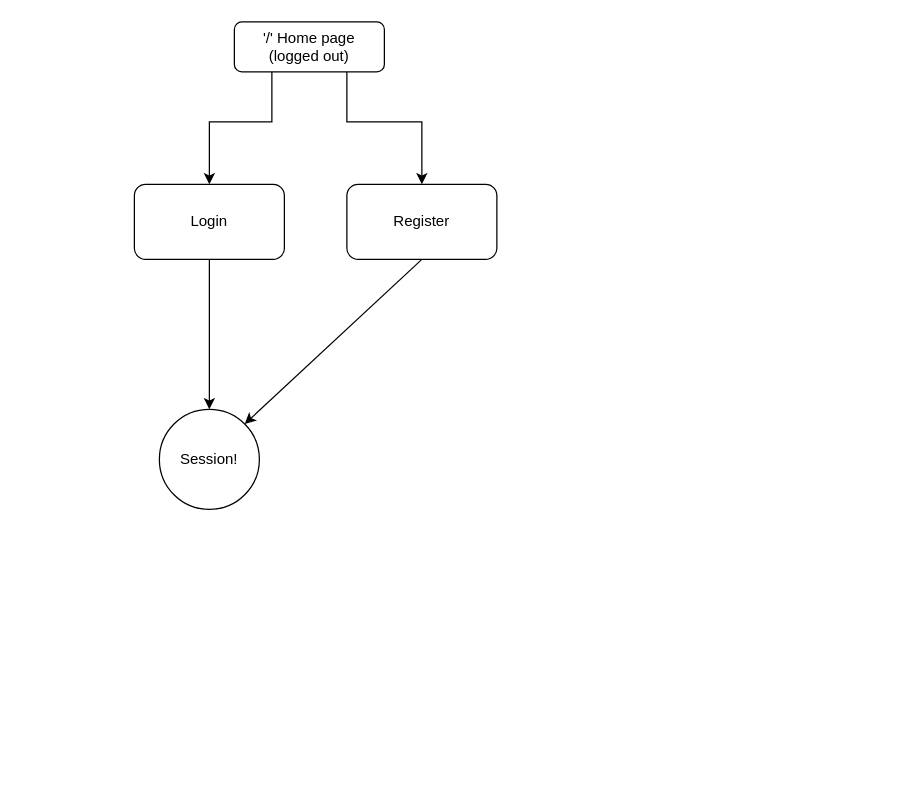
The draw.io diagram Diagram zonder titel.drawio in Soymilk71/strippenkaart, before the edit. Source tidied: cells renumbered, new cells numbered last; positions are measured from the earlier drawing's top-left corner, leaving out a move shared by most shapes. Both pictures are drawn from the tidied source at 125%, with x=0, y=0 at pixel (134, 21).
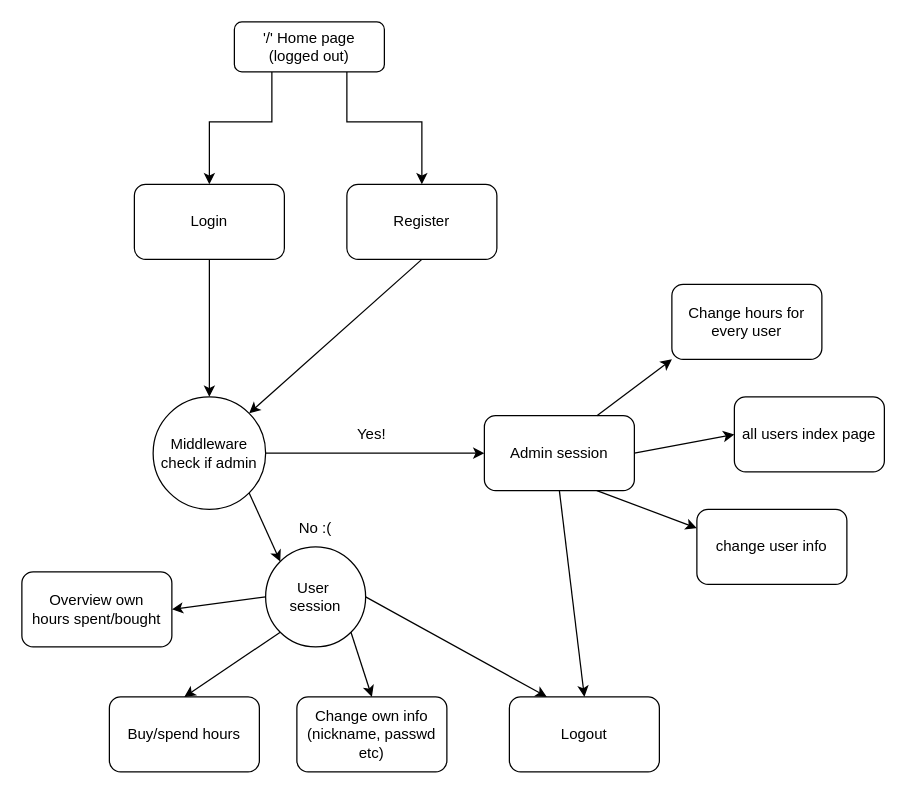
After the change.

Commit message:
user chart

Diff of the diagram source:
```diff
@@
-    <mxCell id="7" value="Session!" style="ellipse;whiteSpace=wrap;html=1;" parent="1" vertex="1">
-      <mxGeometry x="20" y="310" width="80" height="80" as="geometry" />
+    <mxCell id="7" value="Middleware&lt;br&gt;check if admin" style="ellipse;whiteSpace=wrap;html=1;" parent="1" vertex="1">
+      <mxGeometry x="15" y="300" width="90" height="90" as="geometry" />
     </mxCell>
@@
+    <mxCell id="10" style="endArrow=classic;html=1;rounded=0;exitX=1;exitY=0.5;exitDx=0;exitDy=0;entryX=0;entryY=0.5;entryDx=0;entryDy=0;" parent="1" edge="1" source="7" target="11">
+      <mxGeometry relative="1" as="geometry" />
+    </mxCell>
+    <mxCell id="11" value="Admin session" style="rounded=1;whiteSpace=wrap;html=1;" parent="1" vertex="1">
+      <mxGeometry x="280" y="315" width="120" height="60" as="geometry" />
+    </mxCell>
+    <mxCell id="12" value="Overview own&lt;br&gt;hours spent/bought" style="rounded=1;whiteSpace=wrap;html=1;" parent="1" vertex="1">
+      <mxGeometry x="-90" y="440" width="120" height="60" as="geometry" />
+    </mxCell>
+    <mxCell id="13" value="Buy/spend hours" style="rounded=1;whiteSpace=wrap;html=1;" parent="1" vertex="1">
+      <mxGeometry x="-20" y="540" width="120" height="60" as="geometry" />
+    </mxCell>
+    <mxCell id="14" value="User&amp;nbsp;&lt;br&gt;session" style="ellipse;whiteSpace=wrap;html=1;" parent="1" vertex="1">
+      <mxGeometry x="105" y="420" width="80" height="80" as="geometry" />
+    </mxCell>
+    <mxCell id="15" value="Change own info&lt;br&gt;(nickname, passwd etc)" style="rounded=1;whiteSpace=wrap;html=1;" parent="1" vertex="1">
+      <mxGeometry x="130" y="540" width="120" height="60" as="geometry" />
+    </mxCell>
+    <mxCell id="16" value="Logout" style="rounded=1;whiteSpace=wrap;html=1;" parent="1" vertex="1">
+      <mxGeometry x="300" y="540" width="120" height="60" as="geometry" />
+    </mxCell>
+    <mxCell id="17" style="endArrow=classic;html=1;rounded=0;exitX=1;exitY=1;exitDx=0;exitDy=0;entryX=0;entryY=0;entryDx=0;entryDy=0;" parent="1" edge="1" source="7" target="14">
+      <mxGeometry relative="1" as="geometry" />
+    </mxCell>
+    <mxCell id="18" value="Yes!" style="text;html=1;align=center;verticalAlign=middle;whiteSpace=wrap;rounded=0;" parent="1" vertex="1">
+      <mxGeometry x="160" y="315" width="60" height="30" as="geometry" />
+    </mxCell>
+    <mxCell id="19" value="No :(" style="text;html=1;align=center;verticalAlign=middle;whiteSpace=wrap;rounded=0;" parent="1" vertex="1">
+      <mxGeometry x="115" y="390" width="60" height="30" as="geometry" />
+    </mxCell>
+    <mxCell id="20" style="endArrow=classic;html=1;rounded=0;exitX=0;exitY=0.5;exitDx=0;exitDy=0;entryX=1;entryY=0.5;entryDx=0;entryDy=0;" parent="1" edge="1" source="14" target="12">
+      <mxGeometry relative="1" as="geometry" />
+    </mxCell>
+    <mxCell id="21" style="endArrow=classic;html=1;rounded=0;exitX=0;exitY=1;exitDx=0;exitDy=0;entryX=0.5;entryY=0;entryDx=0;entryDy=0;" parent="1" edge="1" source="14" target="13">
+      <mxGeometry relative="1" as="geometry" />
+    </mxCell>
+    <mxCell id="22" style="endArrow=classic;html=1;rounded=0;exitX=1;exitY=1;exitDx=0;exitDy=0;entryX=0.5;entryY=0;entryDx=0;entryDy=0;" parent="1" edge="1" source="14" target="15">
+      <mxGeometry relative="1" as="geometry" />
+    </mxCell>
+    <mxCell id="23" style="endArrow=classic;html=1;rounded=0;exitX=1;exitY=0.5;exitDx=0;exitDy=0;entryX=0.25;entryY=0;entryDx=0;entryDy=0;" parent="1" edge="1" source="14" target="16">
+      <mxGeometry relative="1" as="geometry" />
+    </mxCell>
+    <mxCell id="24" value="Change hours for every user" style="rounded=1;whiteSpace=wrap;html=1;" parent="1" vertex="1">
+      <mxGeometry x="430" y="210" width="120" height="60" as="geometry" />
+    </mxCell>
+    <mxCell id="25" value="all users index page" style="rounded=1;whiteSpace=wrap;html=1;" parent="1" vertex="1">
+      <mxGeometry x="480" y="300" width="120" height="60" as="geometry" />
+    </mxCell>
+    <mxCell id="26" value="change user info" style="rounded=1;whiteSpace=wrap;html=1;" parent="1" vertex="1">
+      <mxGeometry x="450" y="390" width="120" height="60" as="geometry" />
+    </mxCell>
+    <mxCell id="27" style="endArrow=classic;html=1;rounded=0;entryX=0;entryY=1;entryDx=0;entryDy=0;exitX=0.75;exitY=0;exitDx=0;exitDy=0;" parent="1" edge="1" source="11" target="24">
+      <mxGeometry relative="1" as="geometry" />
+    </mxCell>
+    <mxCell id="28" style="endArrow=classic;html=1;rounded=0;exitX=1;exitY=0.5;exitDx=0;exitDy=0;entryX=0;entryY=0.5;entryDx=0;entryDy=0;" parent="1" edge="1" source="11" target="25">
+      <mxGeometry relative="1" as="geometry" />
+    </mxCell>
+    <mxCell id="29" style="endArrow=classic;html=1;rounded=0;exitX=0.75;exitY=1;exitDx=0;exitDy=0;entryX=0;entryY=0.25;entryDx=0;entryDy=0;" parent="1" edge="1" source="11" target="26">
+      <mxGeometry relative="1" as="geometry" />
+    </mxCell>
+    <mxCell id="30" style="endArrow=classic;html=1;rounded=0;exitX=0.5;exitY=1;exitDx=0;exitDy=0;entryX=0.5;entryY=0;entryDx=0;entryDy=0;" parent="1" edge="1" source="11" target="16">
+      <mxGeometry relative="1" as="geometry" />
+    </mxCell>
```
